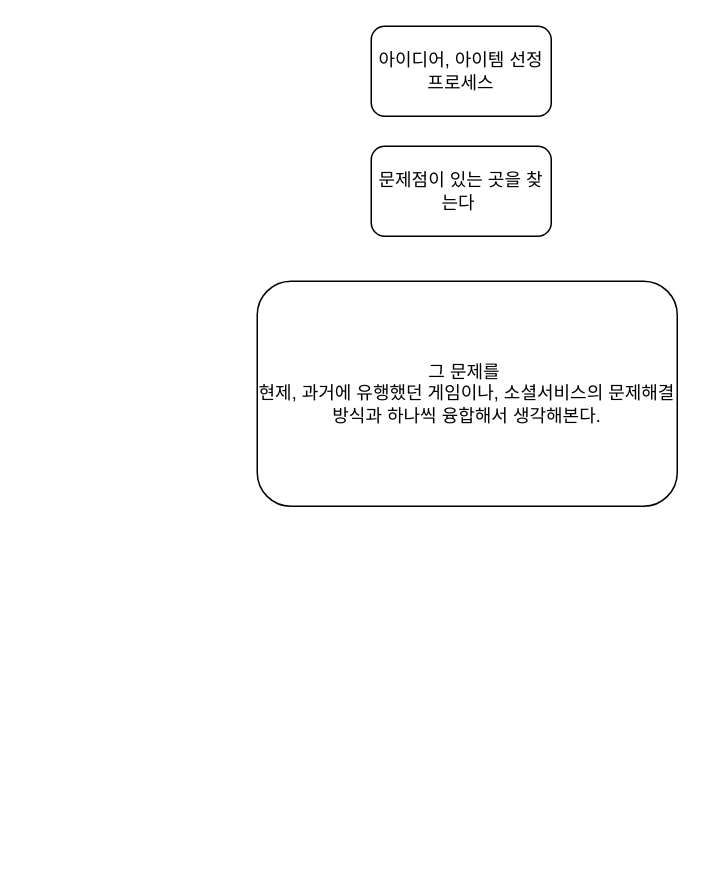
The draw.io diagram 다이어그램/아이템 선정 방법.drawio in steelfs/JY, before the edit. Source tidied: cells renumbered, new cells numbered last; positions are measured from the earlier drawing's top-left corner, leaving out a move shared by most shapes. Both pictures are drawn from the tidied source at 150%, with x=0, y=0 at pixel (256, 26).
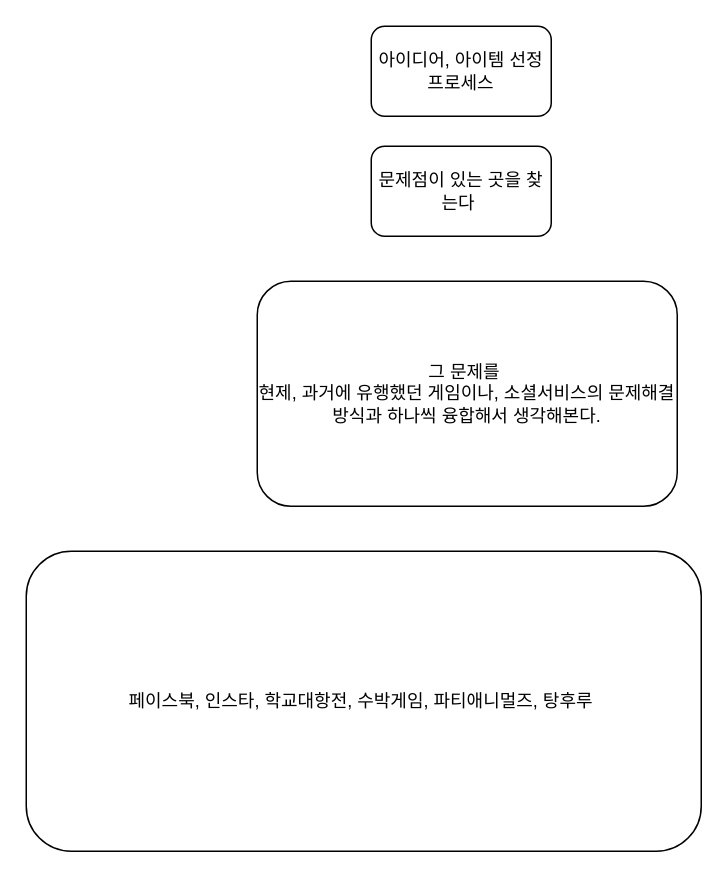
The same page after the edit.

Diff of the diagram source:
```diff
@@
 <mxGraphModel>
   <root>
     <mxCell id="0" />
     <mxCell id="1" parent="0" />
     <mxCell id="2" value="아이디어, 아이템 선정 프로세스" style="rounded=1;whiteSpace=wrap;html=1;" parent="1" vertex="1">
       <mxGeometry x="76" width="120" height="60" as="geometry" />
     </mxCell>
     <mxCell id="3" value="문제점이 있는 곳을 찾는다&amp;nbsp;" style="rounded=1;whiteSpace=wrap;html=1;" parent="1" vertex="1">
       <mxGeometry x="76" y="80" width="120" height="60" as="geometry" />
     </mxCell>
     <mxCell id="4" value="그 문제를&amp;nbsp;&lt;br&gt;현제, 과거에 유행했던 게임이나, 소셜서비스의 문제해결방식과 하나씩 융합해서 생각해본다." style="rounded=1;whiteSpace=wrap;html=1;" parent="1" vertex="1">
       <mxGeometry y="170" width="280" height="150" as="geometry" />
     </mxCell>
+    <mxCell id="5" value="페이스북, 인스타, 학교대항전, 수박게임, 파티애니멀즈, 탕후루&amp;nbsp;" style="rounded=1;whiteSpace=wrap;html=1;" parent="1" vertex="1">
+      <mxGeometry x="-154" y="350" width="450" height="200" as="geometry" />
+    </mxCell>
   </root>
 </mxGraphModel>
```
